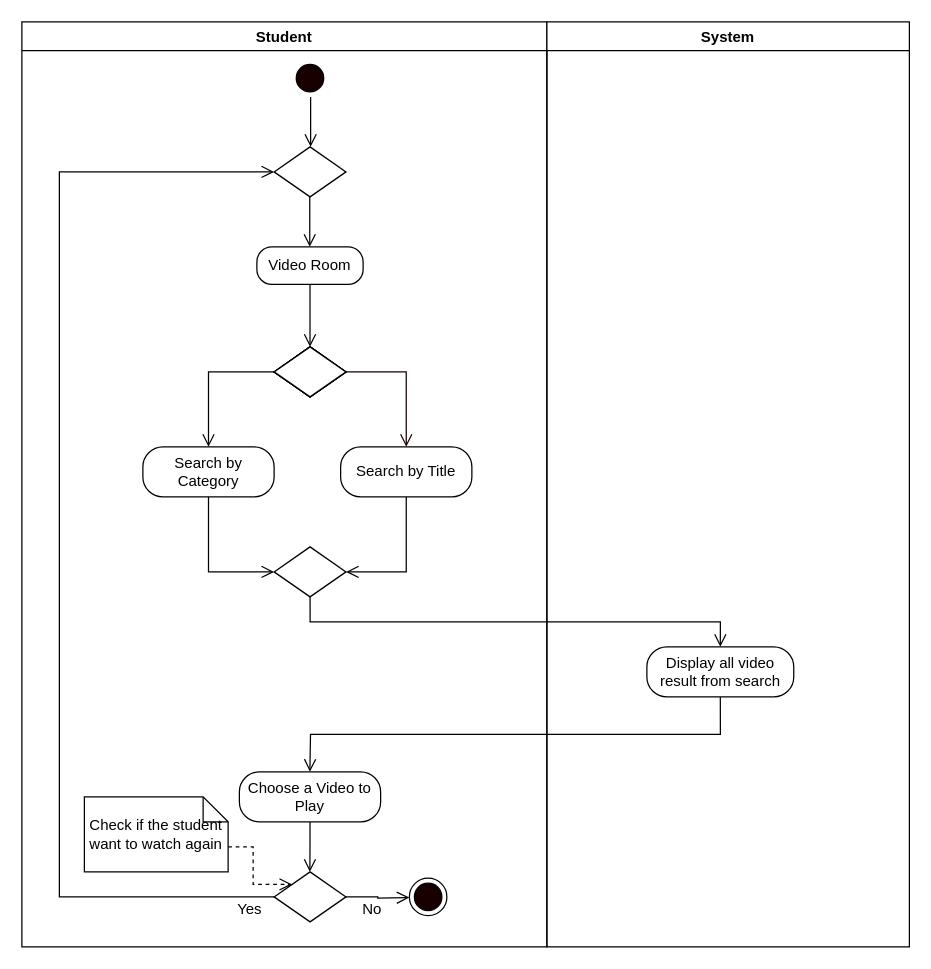
This is page "Video Room Kids" (11 of 16) of UML-DIAGRAMS/Diagrams 5-29-2021/Diagram.drawio from mrklglsn/CAPSTONE-FILES, a draw.io file, before an edit. Source tidied: cells renumbered, new cells numbered last; positions are measured from the earlier drawing's top-left corner, leaving out a move shared by most shapes. Both pictures are drawn from the tidied source at 125%, with x=0, y=0 at pixel (21, 21).
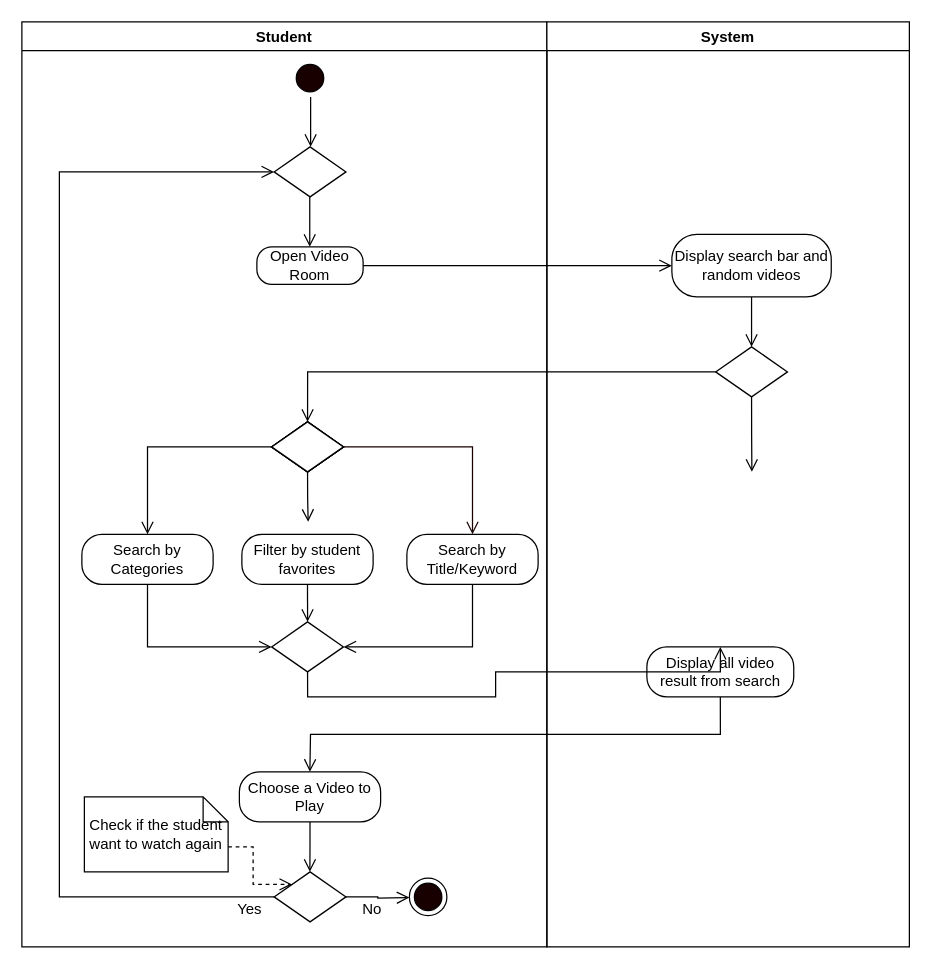
The same diagram, later.

Unchanged cells that the change refers to:
```xml
<mxCell id="2" value="Student" style="swimlane;startSize=23;" parent="1" vertex="1">
  <mxGeometry width="420" height="740" as="geometry" />
</mxCell>
<mxCell id="31" value="System" style="swimlane;" parent="1" vertex="1">
  <mxGeometry x="420" width="290" height="740" as="geometry" />
</mxCell>
<mxCell id="32" value="Display all video result from search" style="rounded=1;whiteSpace=wrap;html=1;arcSize=40;" parent="31" vertex="1">
  <mxGeometry x="80" y="500" width="117.5" height="40" as="geometry" />
</mxCell>
```

The edit, as a diff of the source:
```diff
@@
-    <mxCell id="4" style="edgeStyle=orthogonalEdgeStyle;rounded=0;jettySize=auto;html=1;exitX=0.5;exitY=1;exitDx=0;exitDy=0;endArrow=open;endFill=0;endSize=8;entryX=0.5;entryY=0;entryDx=0;entryDy=0;" parent="2" edge="1" source="5">
-      <mxGeometry relative="1" as="geometry">
-        <mxPoint x="230.5" y="260" as="targetPoint" />
-      </mxGeometry>
-    </mxCell>
-    <mxCell id="5" value="Video Room" style="rounded=1;whiteSpace=wrap;html=1;arcSize=40;" parent="2" vertex="1">
+    <mxCell id="5" value="Open Video Room" style="rounded=1;whiteSpace=wrap;html=1;arcSize=40;" parent="2" vertex="1">
       <mxGeometry x="188" y="180" width="85" height="30" as="geometry" />
     </mxCell>
@@
     <mxCell id="9" style="rhombus;whiteSpace=wrap;html=1;" parent="2" vertex="1">
-      <mxGeometry x="201.8" y="260" width="57.5" height="40" as="geometry" />
+      <mxGeometry x="199.8" y="320" width="57.5" height="40" as="geometry" />
     </mxCell>
-    <mxCell id="10" value="Search by Category" style="rounded=1;whiteSpace=wrap;html=1;arcSize=40;" parent="2" vertex="1">
-      <mxGeometry x="96.8" y="340" width="105" height="40" as="geometry" />
+    <mxCell id="10" value="Search by Categories" style="rounded=1;whiteSpace=wrap;html=1;arcSize=40;" parent="2" vertex="1">
+      <mxGeometry x="48" y="410" width="105" height="40" as="geometry" />
     </mxCell>
     <mxCell id="11" style="edgeStyle=orthogonalEdgeStyle;rounded=0;jettySize=auto;html=1;exitX=0;exitY=0.5;exitDx=0;exitDy=0;endArrow=open;endFill=0;endSize=8;entryX=0.5;entryY=0;entryDx=0;entryDy=0;" parent="2" edge="1" source="9" target="10">
       <mxGeometry relative="1" as="geometry">
         <Array as="points">
-          <mxPoint x="150" y="280" />
-          <mxPoint x="150" y="340" />
+          <mxPoint x="101" y="340" />
         </Array>
       </mxGeometry>
     </mxCell>
-    <mxCell id="12" value="Search by Title" style="rounded=1;whiteSpace=wrap;html=1;arcSize=40;" parent="2" vertex="1">
-      <mxGeometry x="255" y="340" width="105" height="40" as="geometry" />
+    <mxCell id="12" value="Search by Title/Keyword" style="rounded=1;whiteSpace=wrap;html=1;arcSize=40;" parent="2" vertex="1">
+      <mxGeometry x="308" y="410" width="105" height="40" as="geometry" />
     </mxCell>
     <mxCell id="13" style="rhombus;whiteSpace=wrap;html=1;" parent="2" vertex="1">
-      <mxGeometry x="201.8" y="420" width="57.5" height="40" as="geometry" />
+      <mxGeometry x="199.8" y="480" width="57.5" height="40" as="geometry" />
     </mxCell>
@@
     <mxCell id="27" style="rhombus;whiteSpace=wrap;html=1;" parent="2" vertex="1">
-      <mxGeometry x="201.8" y="260" width="57.5" height="40" as="geometry" />
+      <mxGeometry x="199.8" y="320" width="57.5" height="40" as="geometry" />
     </mxCell>
     <mxCell id="28" style="rhombus;whiteSpace=wrap;html=1;" parent="2" vertex="1">
-      <mxGeometry x="201.8" y="260" width="57.5" height="40" as="geometry" />
+      <mxGeometry x="199.8" y="320" width="57.5" height="40" as="geometry" />
     </mxCell>
@@
     <mxCell id="30" style="rhombus;whiteSpace=wrap;html=1;" parent="2" vertex="1">
-      <mxGeometry x="201.8" y="260" width="57.5" height="40" as="geometry" />
+      <mxGeometry x="199.8" y="320" width="57.5" height="40" as="geometry" />
     </mxCell>
+    <mxCell id="34" style="edgeStyle=orthogonalEdgeStyle;rounded=0;jettySize=auto;html=1;exitX=0.5;exitY=1;exitDx=0;exitDy=0;entryX=0.5;entryY=0;entryDx=0;entryDy=0;endArrow=open;endFill=0;endSize=8;" parent="2" edge="1" source="35" target="13">
+      <mxGeometry relative="1" as="geometry" />
+    </mxCell>
+    <mxCell id="35" value="Filter by student favorites" style="rounded=1;whiteSpace=wrap;html=1;arcSize=40;" parent="2" vertex="1">
+      <mxGeometry x="176" y="410" width="105" height="40" as="geometry" />
+    </mxCell>
@@
+    <mxCell id="36" style="edgeStyle=orthogonalEdgeStyle;rounded=0;jettySize=auto;html=1;exitX=0.5;exitY=1;exitDx=0;exitDy=0;entryX=0.5;entryY=0;entryDx=0;entryDy=0;endArrow=open;endFill=0;endSize=8;" parent="31" edge="1" source="37" target="38">
+      <mxGeometry relative="1" as="geometry" />
+    </mxCell>
+    <mxCell id="37" value="Display search bar and random videos" style="rounded=1;whiteSpace=wrap;html=1;arcSize=40;" parent="31" vertex="1">
+      <mxGeometry x="100" y="170" width="127.5" height="50" as="geometry" />
+    </mxCell>
+    <mxCell id="38" style="rhombus;whiteSpace=wrap;html=1;" parent="31" vertex="1">
+      <mxGeometry x="135" y="260" width="57.5" height="40" as="geometry" />
+    </mxCell>
     <mxCell id="33" style="edgeStyle=orthogonalEdgeStyle;rounded=0;jettySize=auto;html=1;exitX=0.5;exitY=1;exitDx=0;exitDy=0;endArrow=open;endFill=0;endSize=8;entryX=0.5;entryY=0;entryDx=0;entryDy=0;" parent="1" edge="1" source="13" target="32">
-      <mxGeometry relative="1" as="geometry" />
+      <mxGeometry relative="1" as="geometry">
+        <Array as="points">
+          <mxPoint x="229" y="540" />
+          <mxPoint x="379" y="540" />
+          <mxPoint x="379" y="520" />
+          <mxPoint x="559" y="520" />
+        </Array>
+      </mxGeometry>
     </mxCell>
+    <mxCell id="39" style="edgeStyle=orthogonalEdgeStyle;rounded=0;jettySize=auto;html=1;exitX=0.5;exitY=1;exitDx=0;exitDy=0;endArrow=open;endFill=0;endSize=8;" parent="1" edge="1" source="30">
+      <mxGeometry relative="1" as="geometry">
+        <mxPoint x="229" y="400" as="targetPoint" />
+      </mxGeometry>
+    </mxCell>
+    <mxCell id="40" style="edgeStyle=orthogonalEdgeStyle;rounded=0;jettySize=auto;html=1;exitX=1;exitY=0.5;exitDx=0;exitDy=0;endArrow=open;endFill=0;endSize=8;" parent="1" edge="1" source="5">
+      <mxGeometry relative="1" as="geometry">
+        <mxPoint x="520" y="195" as="targetPoint" />
+      </mxGeometry>
+    </mxCell>
+    <mxCell id="41" style="edgeStyle=orthogonalEdgeStyle;rounded=0;jettySize=auto;html=1;exitX=0;exitY=0.5;exitDx=0;exitDy=0;entryX=0.5;entryY=0;entryDx=0;entryDy=0;endArrow=open;endFill=0;endSize=8;" parent="1" edge="1" source="38" target="30">
+      <mxGeometry relative="1" as="geometry" />
+    </mxCell>
+    <mxCell id="42" style="edgeStyle=orthogonalEdgeStyle;rounded=0;jettySize=auto;html=1;exitX=0.5;exitY=1;exitDx=0;exitDy=0;endArrow=open;endFill=0;endSize=8;" parent="1" edge="1" source="38">
+      <mxGeometry relative="1" as="geometry">
+        <mxPoint x="584" y="360" as="targetPoint" />
+      </mxGeometry>
+    </mxCell>
```
